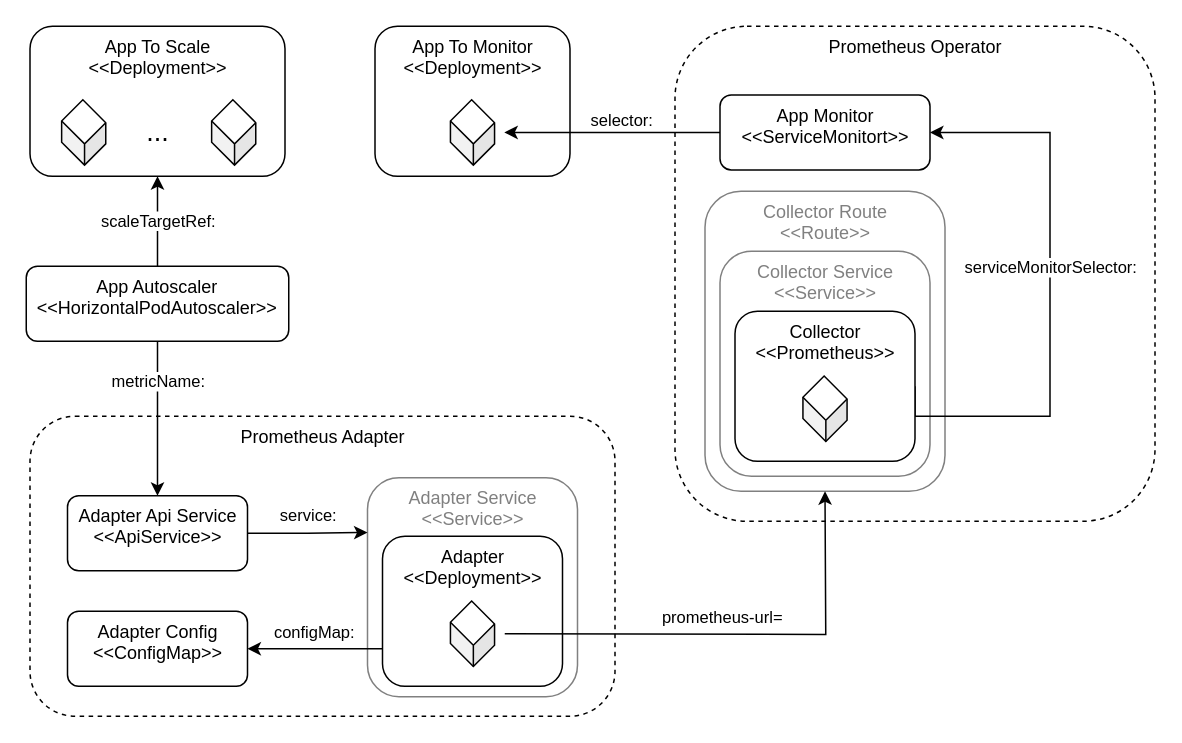
Earlier version of the draw.io diagram Neo4j/Neo4j-Prometheus/Documentation/CustomMetricAutoscaling.drawio (faber03/ProjectTesi). Source tidied: cells renumbered, new cells numbered last; positions are measured from the earlier drawing's top-left corner, leaving out a move shared by most shapes. Both pictures are drawn from the tidied source at 150%, with x=0, y=0 at pixel (26, 26).
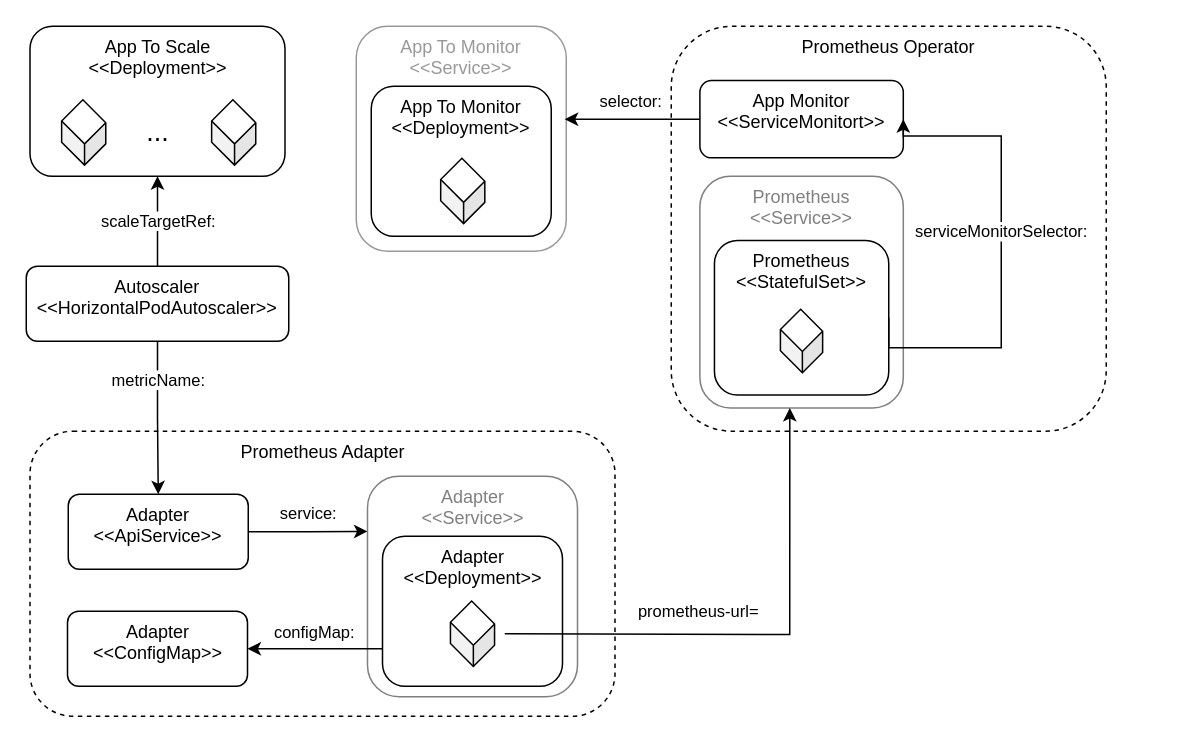
The same diagram, later.

The change refers to these unchanged cells:
```xml
<mxCell id="24" style="group;" parent="1" vertex="1">
  <mxGeometry x="237.5" y="340" width="140" height="110" as="geometry" />
</mxCell>
```

What changed in the source:
```diff
@@
     <mxCell id="2" value="Prometheus Adapter" style="rounded=1;whiteSpace=wrap;html=1;verticalAlign=top;dashed=1;" parent="1" vertex="1">
-      <mxGeometry x="2.5" y="260" width="390" height="200" as="geometry" />
+      <mxGeometry x="2.5" y="270" width="390" height="190" as="geometry" />
     </mxCell>
     <mxCell id="3" style="group;" parent="1" vertex="1">
-      <mxGeometry x="432.5" width="320" height="330" as="geometry" />
+      <mxGeometry x="420" width="310" height="340" as="geometry" />
     </mxCell>
     <mxCell id="4" value="Prometheus Operator" style="rounded=1;whiteSpace=wrap;html=1;verticalAlign=top;dashed=1;" parent="3" vertex="1">
-      <mxGeometry width="320" height="330" as="geometry" />
+      <mxGeometry x="10" width="290" height="270" as="geometry" />
     </mxCell>
-    <mxCell id="5" value="&lt;font color=&quot;#808080&quot;&gt;Collector Route&lt;br&gt;&amp;lt;&amp;lt;Route&amp;gt;&amp;gt;&lt;/font&gt;" style="rounded=1;whiteSpace=wrap;html=1;verticalAlign=top;strokeColor=#808080;" parent="3" vertex="1">
-      <mxGeometry x="20" y="110" width="160" height="200" as="geometry" />
-    </mxCell>
-    <mxCell id="6" value="&lt;font color=&quot;#808080&quot;&gt;Collector Service&lt;br&gt;&amp;lt;&amp;lt;Service&amp;gt;&amp;gt;&lt;/font&gt;" style="rounded=1;whiteSpace=wrap;html=1;verticalAlign=top;strokeColor=#808080;" parent="3" vertex="1">
-      <mxGeometry x="30" y="150" width="140" height="150" as="geometry" />
+    <mxCell id="6" value="&lt;font color=&quot;#808080&quot;&gt;Prometheus&lt;br&gt;&amp;lt;&amp;lt;Service&amp;gt;&amp;gt;&lt;/font&gt;" style="rounded=1;whiteSpace=wrap;html=1;verticalAlign=top;strokeColor=#808080;" parent="3" vertex="1">
+      <mxGeometry x="29.1" y="100" width="135.6" height="154.5" as="geometry" />
     </mxCell>
     <mxCell id="7" value="App Monitor&lt;br&gt;&amp;lt;&amp;lt;ServiceMonitort&amp;gt;&amp;gt;" style="rounded=1;whiteSpace=wrap;html=1;verticalAlign=top;" parent="3" vertex="1">
-      <mxGeometry x="30" y="45.8" width="140" height="50" as="geometry" />
+      <mxGeometry x="29.1" y="36.2" width="135.6" height="51.5" as="geometry" />
     </mxCell>
     <mxCell id="8" value="serviceMonitorSelector:" style="edgeStyle=orthogonalEdgeStyle;rounded=0;jettySize=auto;html=1;entryX=1;entryY=0.5;entryDx=0;entryDy=0;exitX=1;exitY=0.5;exitDx=0;exitDy=0;" parent="3" edge="1" source="9" target="7">
       <mxGeometry x="0.1" relative="1" as="geometry">
         <Array as="points">
-          <mxPoint x="160" y="260" />
-          <mxPoint x="250" y="260" />
-          <mxPoint x="250" y="71" />
+          <mxPoint x="230" y="214.3" />
+          <mxPoint x="230" y="73.2" />
         </Array>
       </mxGeometry>
     </mxCell>
-    <mxCell id="9" value="Collector&lt;br&gt;&amp;lt;&amp;lt;Prometheus&amp;gt;&amp;gt;" style="rounded=1;whiteSpace=wrap;html=1;verticalAlign=top;" parent="3" vertex="1">
-      <mxGeometry x="40" y="190" width="120" height="100" as="geometry" />
+    <mxCell id="9" value="Prometheus&lt;br&gt;&amp;lt;&amp;lt;StatefulSet&amp;gt;&amp;gt;" style="rounded=1;whiteSpace=wrap;html=1;verticalAlign=top;" parent="3" vertex="1">
+      <mxGeometry x="38.8" y="142.8" width="116.2" height="103" as="geometry" />
     </mxCell>
     <mxCell id="10" style="shape=cube;whiteSpace=wrap;html=1;boundedLbl=1;backgroundOutline=1;darkOpacity=0.05;darkOpacity2=0.1;rotation=45;direction=west;size=10;" parent="3" vertex="1">
-      <mxGeometry x="84.2" y="240" width="31.6" height="30" as="geometry" />
+      <mxGeometry x="81.5" y="195.3" width="30.7" height="29.1" as="geometry" />
     </mxCell>
-    <mxCell id="11" style="group;" parent="1" vertex="1">
-      <mxGeometry x="232.5" width="130" height="100" as="geometry" />
-    </mxCell>
-    <mxCell id="12" value="App To Monitor&lt;br&gt;&amp;lt;&amp;lt;Deployment&amp;gt;&amp;gt;" style="rounded=1;whiteSpace=wrap;html=1;verticalAlign=top;" parent="11" vertex="1">
-      <mxGeometry width="130" height="100" as="geometry" />
-    </mxCell>
-    <mxCell id="13" style="shape=cube;whiteSpace=wrap;html=1;boundedLbl=1;backgroundOutline=1;darkOpacity=0.05;darkOpacity2=0.1;rotation=45;direction=west;size=10;" parent="11" vertex="1">
-      <mxGeometry x="49.2" y="55.8" width="31.6" height="30" as="geometry" />
-    </mxCell>
-    <mxCell id="14" value="selector:" style="edgeStyle=orthogonalEdgeStyle;rounded=0;jettySize=auto;html=1;" parent="1" edge="1" source="7" target="13">
-      <mxGeometry as="geometry">
-        <mxPoint x="6" y="-8" as="offset" />
-      </mxGeometry>
-    </mxCell>
@@
-    <mxCell id="16" value="App Autoscaler&lt;br&gt;&amp;lt;&amp;lt;HorizontalPodAutoscaler&amp;gt;&amp;gt;" style="rounded=1;whiteSpace=wrap;html=1;verticalAlign=top;" parent="1" vertex="1">
+    <mxCell id="16" value="Autoscaler&lt;br&gt;&amp;lt;&amp;lt;HorizontalPodAutoscaler&amp;gt;&amp;gt;" style="rounded=1;whiteSpace=wrap;html=1;verticalAlign=top;" parent="1" vertex="1">
       <mxGeometry y="160" width="175" height="50" as="geometry" />
     </mxCell>
@@
-    <mxCell id="25" value="&lt;font color=&quot;#808080&quot;&gt;Adapter Service&lt;br&gt;&amp;lt;&amp;lt;Service&amp;gt;&amp;gt;&lt;/font&gt;" style="rounded=1;whiteSpace=wrap;html=1;verticalAlign=top;strokeColor=#808080;" parent="24" vertex="1">
-      <mxGeometry x="-10" y="-39" width="140" height="146" as="geometry" />
+    <mxCell id="25" value="&lt;font color=&quot;#808080&quot;&gt;Adapter&lt;br&gt;&amp;lt;&amp;lt;Service&amp;gt;&amp;gt;&lt;/font&gt;" style="rounded=1;whiteSpace=wrap;html=1;verticalAlign=top;strokeColor=#808080;" parent="24" vertex="1">
+      <mxGeometry x="-10" y="-40" width="140" height="147" as="geometry" />
     </mxCell>
@@
-    <mxCell id="28" value="Adapter Config&lt;br&gt;&amp;lt;&amp;lt;ConfigMap&amp;gt;&amp;gt;" style="rounded=1;whiteSpace=wrap;html=1;verticalAlign=top;" parent="1" vertex="1">
+    <mxCell id="28" value="Adapter&lt;br&gt;&amp;lt;&amp;lt;ConfigMap&amp;gt;&amp;gt;" style="rounded=1;whiteSpace=wrap;html=1;verticalAlign=top;" parent="1" vertex="1">
       <mxGeometry x="27.5" y="390" width="120" height="50" as="geometry" />
     </mxCell>
@@
-    <mxCell id="31" value="Adapter Api Service&lt;br&gt;&amp;lt;&amp;lt;ApiService&amp;gt;&amp;gt;" style="rounded=1;whiteSpace=wrap;html=1;verticalAlign=top;" parent="1" vertex="1">
-      <mxGeometry x="27.5" y="313" width="120" height="50" as="geometry" />
+    <mxCell id="31" value="Adapter&lt;br&gt;&amp;lt;&amp;lt;ApiService&amp;gt;&amp;gt;" style="rounded=1;whiteSpace=wrap;html=1;verticalAlign=top;" parent="1" vertex="1">
+      <mxGeometry x="28" y="312" width="120" height="50" as="geometry" />
     </mxCell>
-    <mxCell id="32" value="prometheus-url=" style="edgeStyle=orthogonalEdgeStyle;rounded=0;orthogonalLoop=1;jettySize=auto;html=1;entryX=0.5;entryY=1;entryDx=0;entryDy=0;" parent="1" edge="1">
+    <mxCell id="32" value="prometheus-url=" style="edgeStyle=orthogonalEdgeStyle;rounded=0;jettySize=auto;html=1;entryX=0.442;entryY=1;entryDx=0;entryDy=0;entryPerimeter=0;" parent="1" edge="1" target="6">
       <mxGeometry as="geometry">
         <mxPoint x="319" y="405" as="sourcePoint" />
-        <mxPoint x="532.5" y="310" as="targetPoint" />
-        <mxPoint x="38" y="36" as="offset" />
+        <mxPoint x="34" y="60" as="offset" />
       </mxGeometry>
     </mxCell>
+    <mxCell id="33" style="group;" parent="1" vertex="1">
+      <mxGeometry x="220" width="150" height="150" as="geometry" />
+    </mxCell>
+    <mxCell id="34" value="&lt;font color=&quot;#999999&quot;&gt;App To Monitor&lt;br&gt;&amp;lt;&amp;lt;Service&amp;gt;&amp;gt;&lt;/font&gt;" style="rounded=1;whiteSpace=wrap;html=1;verticalAlign=top;strokeColor=#999999;" parent="33" vertex="1">
+      <mxGeometry width="140" height="150" as="geometry" />
+    </mxCell>
+    <mxCell id="12" value="App To Monitor&lt;br&gt;&amp;lt;&amp;lt;Deployment&amp;gt;&amp;gt;" style="rounded=1;whiteSpace=wrap;html=1;verticalAlign=top;" parent="33" vertex="1">
+      <mxGeometry x="10" y="40" width="120" height="100" as="geometry" />
+    </mxCell>
+    <mxCell id="13" style="shape=cube;whiteSpace=wrap;html=1;boundedLbl=1;backgroundOutline=1;darkOpacity=0.05;darkOpacity2=0.1;rotation=45;direction=west;size=10;" parent="33" vertex="1">
+      <mxGeometry x="55.2" y="94.8" width="31.6" height="30" as="geometry" />
+    </mxCell>
+    <mxCell id="14" value="selector:" style="edgeStyle=orthogonalEdgeStyle;rounded=0;orthogonalLoop=1;jettySize=auto;html=1;entryX=0.993;entryY=0.413;entryDx=0;entryDy=0;entryPerimeter=0;" parent="1" edge="1">
+      <mxGeometry as="geometry">
+        <mxPoint x="449.1" y="62" as="sourcePoint" />
+        <mxPoint x="359" y="62" as="targetPoint" />
+        <mxPoint x="-1" y="-12" as="offset" />
+      </mxGeometry>
+    </mxCell>
```
